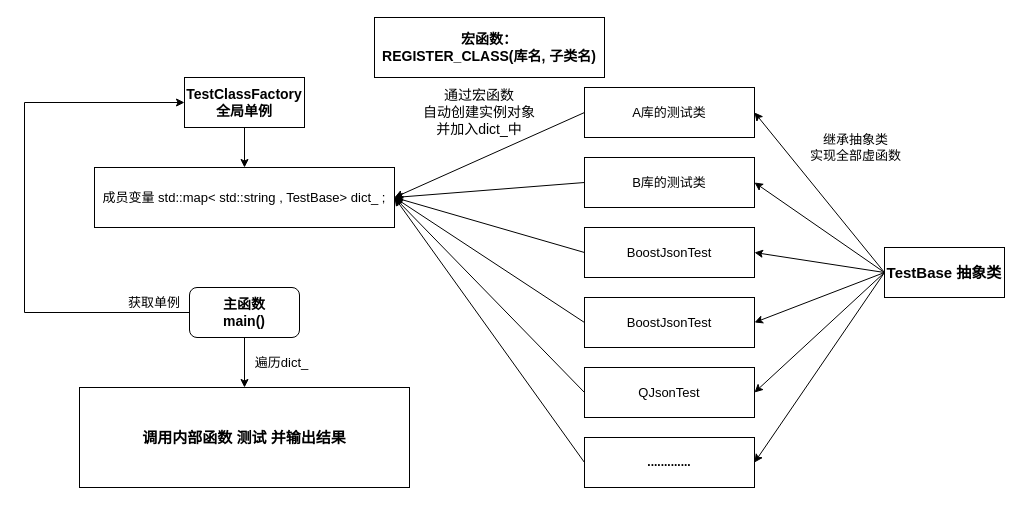
The draw.io diagram documents/工作方式.drawio in Mysvac/cpp-json-test, before the edit. Source tidied: cells renumbered, new cells numbered last; positions are measured from the earlier drawing's top-left corner, leaving out a move shared by most shapes. Both pictures are drawn from the tidied source at 100%, with x=0, y=0 at pixel (24, 17).
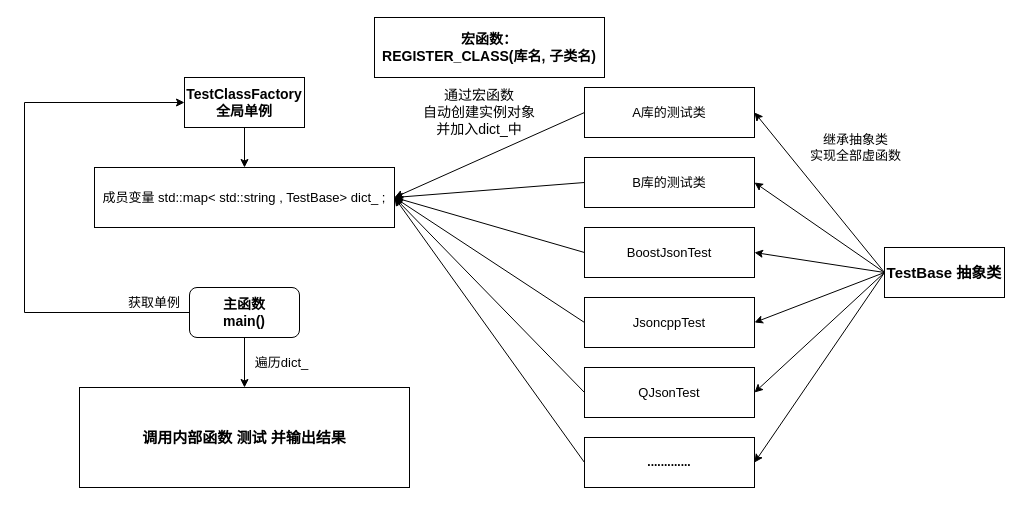
After the change.

Commit message (it also covers changes not shown here):
修改说明图

The edit, as a diff of the source:
```diff
@@
-    <mxCell id="9" value="BoostJsonTest" style="rounded=0;whiteSpace=wrap;html=1;fontSize=13;" parent="1" vertex="1">
+    <mxCell id="9" value="JsoncppTest" style="rounded=0;whiteSpace=wrap;html=1;fontSize=13;" parent="1" vertex="1">
       <mxGeometry x="560" y="280" width="170" height="50" as="geometry" />
     </mxCell>
```
